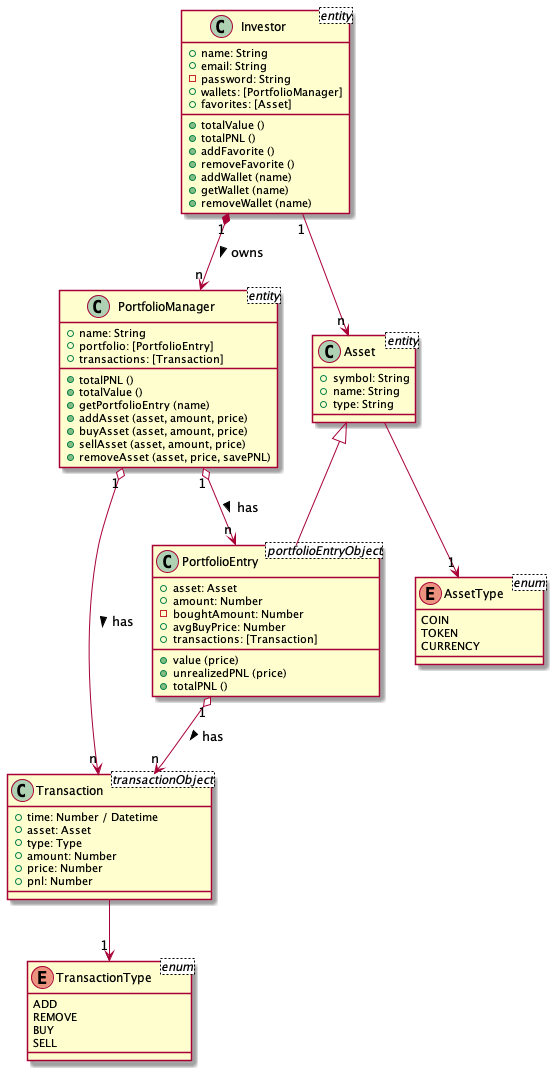
Earlier version of the PlantUML export class_diagram/ClassDiagram.png (urtuba/spot-portfolio-tracker).
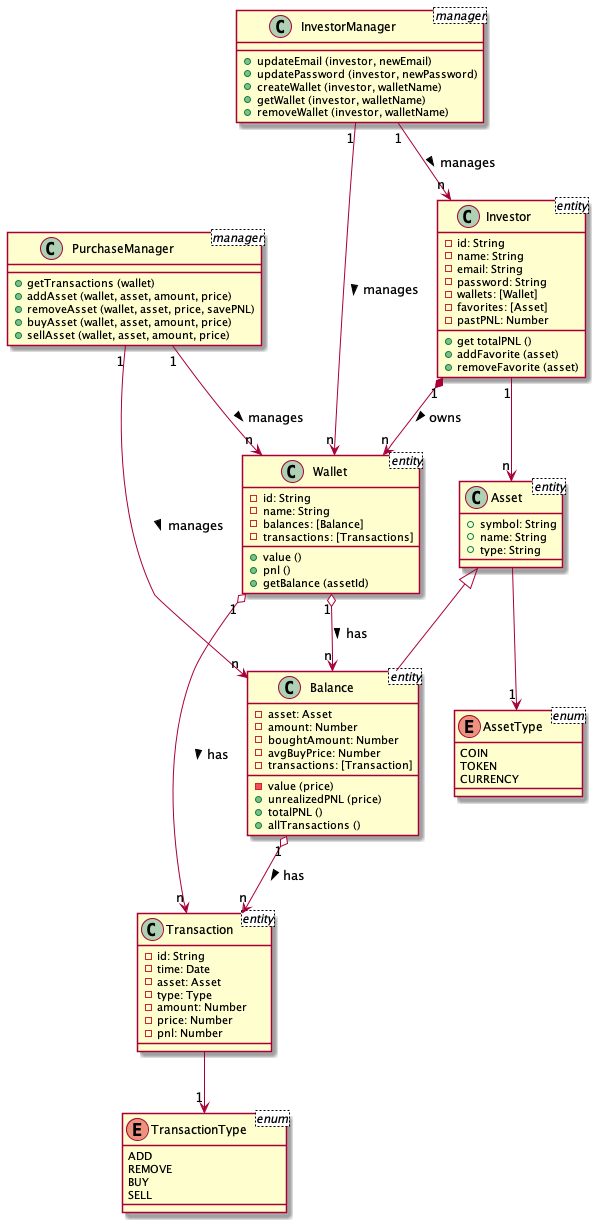
The same diagram one commit later.

Commit message:
Update class diagram

The edit, as a diff of the source:
```diff
@@ -1,31 +1,32 @@
 @startuml ClassDiagram
 
-class Investor <entity>{
-    + name: String
-    + email: String
-    - password: String
-    + wallets: [PortfolioManager]
-    + favorites: [Asset]
-    + totalValue ()
-    + totalPNL ()
-    + addFavorite ()
-    + removeFavorite ()
-    + addWallet (name)
-    + getWallet (name)
-    + removeWallet (name)
+class InvestorManager <manager> {
+    + updateEmail (investor, newEmail)
+    + updatePassword (investor, newPassword)
+    + createWallet (investor, walletName)
+    + getWallet (investor, walletName)
+    + removeWallet (investor, walletName)
 }
 
-class PortfolioManager <entity> {
-    + name: String
-    + portfolio: [PortfolioEntry]
-    + transactions: [Transaction]
-    + totalPNL ()
-    + totalValue ()
-    + getPortfolioEntry (name)
-    + addAsset (asset, amount, price)
-    + buyAsset (asset, amount, price)
-    + sellAsset (asset, amount, price)
-    + removeAsset (asset, price, savePNL)
+class PurchaseManager <manager> {
+    + getTransactions (wallet)
+    + addAsset (wallet, asset, amount, price)
+    + removeAsset (wallet, asset, price, savePNL)
+    + buyAsset (wallet, asset, amount, price)
+    + sellAsset (wallet, asset, amount, price)
+}
+
+class Investor <entity>{
+    - id: String
+    - name: String
+    - email: String
+    - password: String
+    - wallets: [Wallet]
+    - favorites: [Asset]
+    - pastPNL: Number
+    + get totalPNL ()
+    + addFavorite (asset)
+    + removeFavorite (asset)
 }
 
 class Asset <entity> {
@@ -34,24 +35,36 @@
     + type: String
 }
 
-class PortfolioEntry <portfolioEntryObject> {
-    + asset: Asset
-    + amount: Number
+class Balance <entity> {
+    - asset: Asset
+    - amount: Number
     - boughtAmount: Number
-    + avgBuyPrice: Number
-    + transactions: [Transaction]
-    + value (price)
+    - avgBuyPrice: Number
+    - transactions: [Transaction]
+    - value (price)
     + unrealizedPNL (price)
     + totalPNL ()
+    + allTransactions ()
 }
 
-class Transaction <transactionObject> {
-    + time: Number / Datetime
-    + asset: Asset
-    + type: Type
-    + amount: Number
-    + price: Number
-    + pnl: Number
+class Transaction <entity> {
+    - id: String
+    - time: Date
+    - asset: Asset
+    - type: Type
+    - amount: Number
+    - price: Number
+    - pnl: Number
+}
+
+class Wallet <entity> {
+    - id: String
+    - name: String
+    - balances: [Balance]
+    - transactions: [Transactions]
+    + value ()
+    + pnl ()
+    + getBalance (assetId)
 }
 
 enum AssetType <enum> {
@@ -67,13 +80,18 @@
     SELL
 }
 
-PortfolioManager "n" <-UP-* "1" Investor: owns <
-Asset <|-- PortfolioEntry
-PortfolioEntry "1" o--> "n" Transaction: has >
-PortfolioManager "1" o--> "n" Transaction: has >
-PortfolioManager "1" o--> "n" PortfolioEntry: has >
+Wallet "n" <-UP-* "1" Investor: owns <
+Asset <|-- Balance
+Balance "1" o--> "n" Transaction: has >
+Wallet "1" o--> "n" Transaction: has >
+Wallet "1" o--> "n" Balance: has >
 Asset  --> "1" AssetType
 Transaction --> "1" TransactionType
 Investor "1" --> "n" Asset
 
+InvestorManager "1" --> "n" Investor: manages >
+InvestorManager "1" --> "n" Wallet: manages >
+PurchaseManager "1" --> "n" Wallet: manages >
+PurchaseManager "1" --> "n" Balance: manages >
+
 @enduml
```
